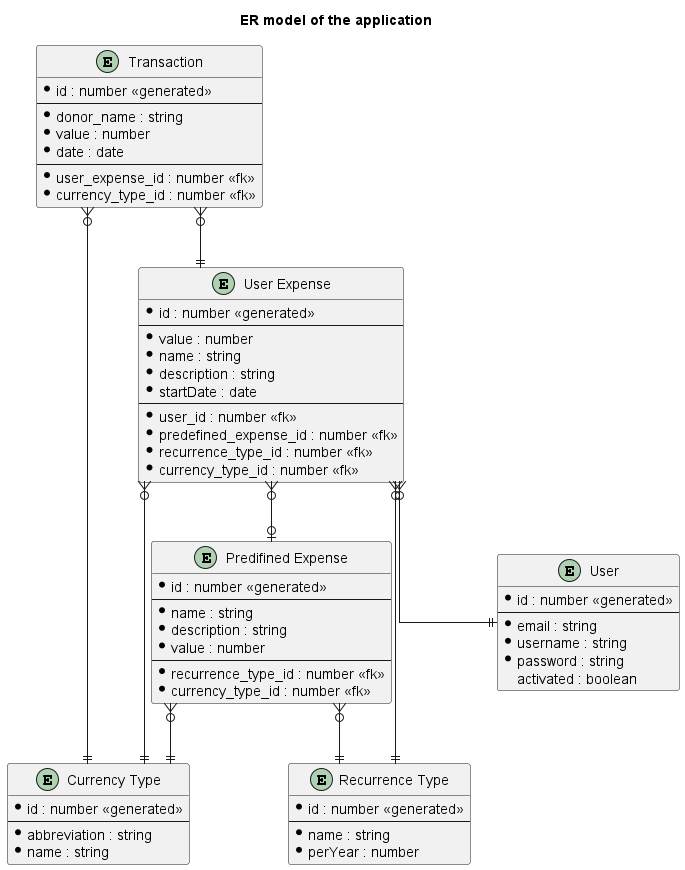
The PlantUML diagram docs/img/er_model.png in szattila98/veryrezsi, before a commit.
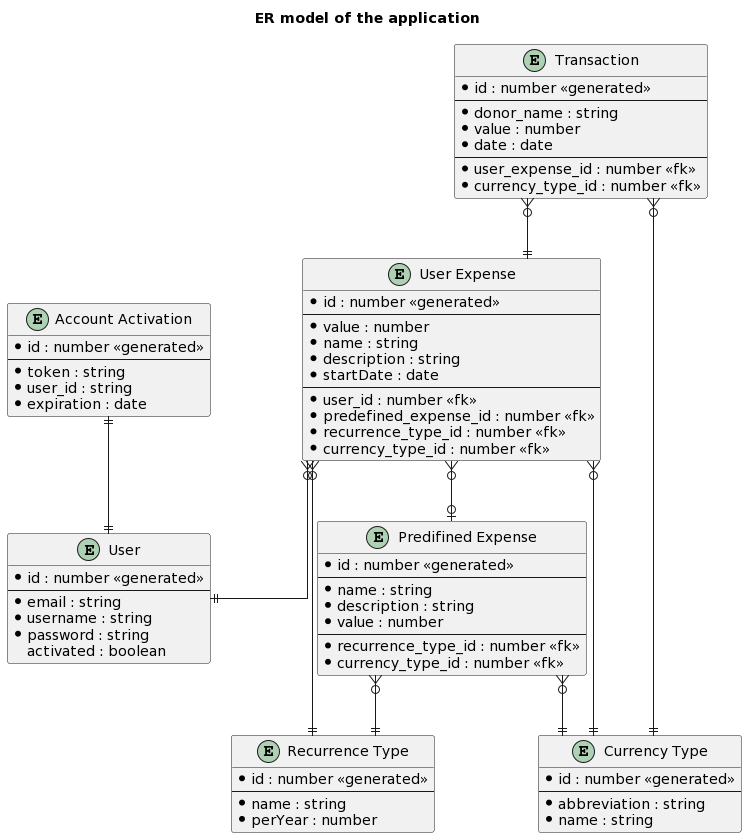
After the commit.

Commit message:
Created new entities and updated plantuml ER model with missing account activation.

The edit, as a diff of the source:
```diff
@@ -1,4 +1,4 @@
-@startuml er_model
+@startuml
 title ER model of the application
 skinparam linetype ortho
 
@@ -36,6 +36,14 @@
   activated : boolean
 }
 
+entity "Account Activation" as account_activation {
+  * id : number <<generated>>
+  ---
+  * token : string
+  * user_id : string
+  * expiration : date
+}
+
 entity "User Expense" as uexp {
   * id : number <<generated>>
   ---
@@ -62,6 +70,7 @@
 }
 
 uexp }o--|| user
+account_activation ||--|| user
 uexp }o--|| currtp
 uexp }o--|| recurrtp
 
```
